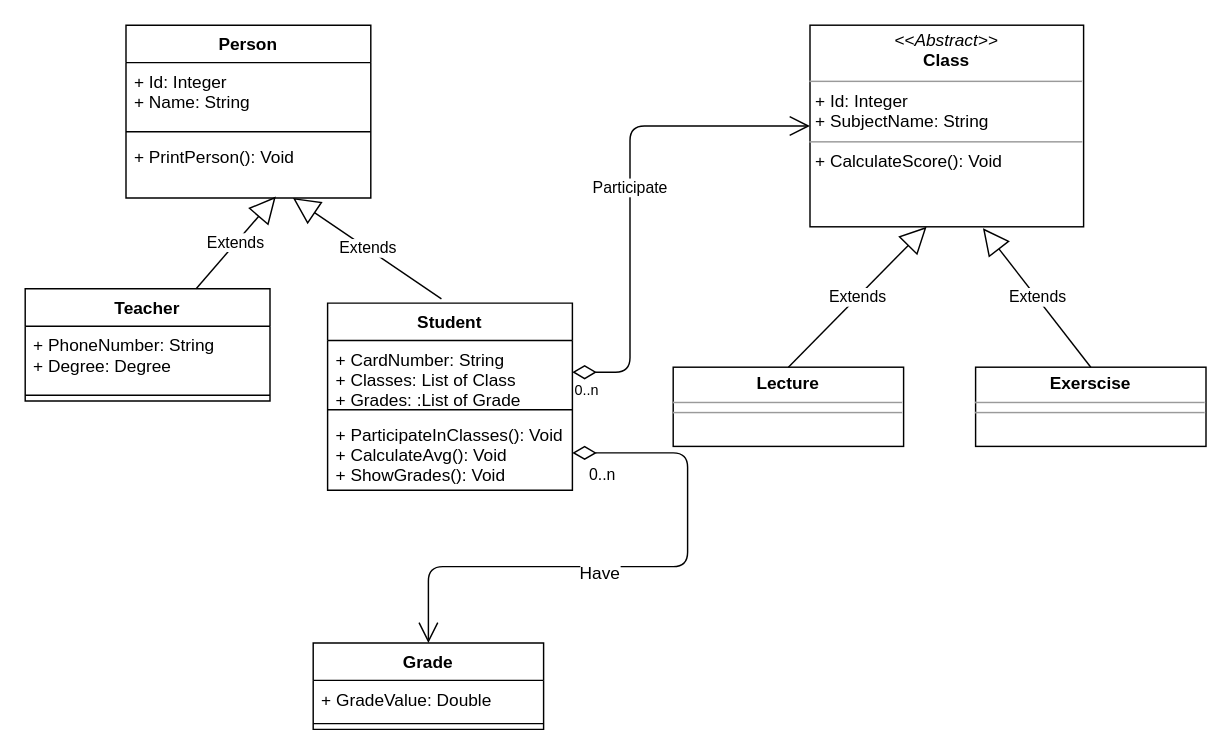
Above: school_model.drawio in divident/school-object-db (draw.io), before the change. Source tidied: cells renumbered, new cells numbered last; positions are measured from the earlier drawing's top-left corner, leaving out a move shared by most shapes. Both pictures are drawn from the tidied source at 144%, with x=0, y=0 at pixel (24, 24).
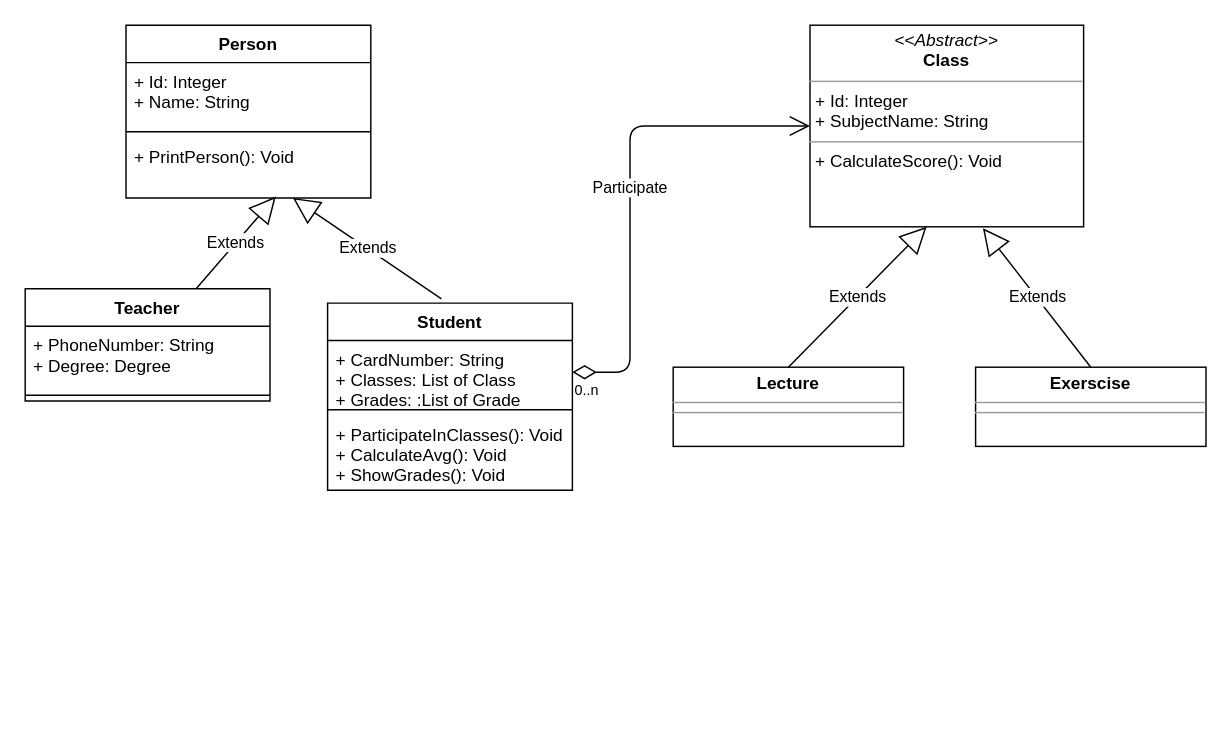
The same page after the edit.

The change refers to these unchanged cells:
```xml
<mxCell id="9" value="+ ParticipateInClasses(): Void&#10;+ CalculateAvg(): Void&#10;+ ShowGrades(): Void&#10;" style="text;strokeColor=none;fillColor=none;align=left;verticalAlign=top;spacingLeft=4;spacingRight=4;overflow=hidden;points=[[0,0.5],[1,0.5]];portConstraint=eastwest;" parent="6" vertex="1">
  <mxGeometry y="78" width="170" height="52" as="geometry" />
</mxCell>
```

Diff of the diagram source:
```diff
@@
-    <mxCell id="23" value="Grade" style="swimlane;fontStyle=1;align=center;verticalAlign=top;horizontal=1;startSize=26;" parent="1" vertex="1">
-      <mxGeometry x="200" y="429" width="160" height="60" as="geometry" />
-    </mxCell>
-    <mxCell id="24" value="+ GradeValue: Double" style="text;strokeColor=none;fillColor=none;align=left;verticalAlign=top;spacingLeft=4;spacingRight=4;overflow=hidden;" parent="23" vertex="1">
-      <mxGeometry y="26" width="160" height="26" as="geometry" />
-    </mxCell>
-    <mxCell id="25" style="line;strokeWidth=1;fillColor=none;align=left;verticalAlign=middle;spacingTop=-1;spacingLeft=3;spacingRight=3;labelPosition=right;" parent="23" vertex="1">
-      <mxGeometry y="52" width="160" height="8" as="geometry" />
-    </mxCell>
-    <mxCell id="26" value="0..n" style="endArrow=open;html=1;endSize=12;startArrow=diamondThin;startSize=14;startFill=0;edgeStyle=orthogonalEdgeStyle;align=left;verticalAlign=bottom;entryX=0.5;entryY=0;entryDx=0;entryDy=0;exitX=1;exitY=0.5;exitDx=0;exitDy=0;" parent="1" edge="1" source="9" target="23">
-      <mxGeometry x="-0.47" y="-70" relative="1" as="geometry">
-        <Array as="points">
-          <mxPoint x="460" y="297" />
-          <mxPoint x="460" y="376" />
-          <mxPoint x="280" y="376" />
-        </Array>
-      </mxGeometry>
-    </mxCell>
-    <mxCell id="27" value="Have&lt;br&gt;" style="text;html=1;align=center;verticalAlign=middle;labelBackgroundColor=#ffffff;" parent="26" vertex="1">
-      <mxGeometry x="0.13" y="4" relative="1" as="geometry" />
-    </mxCell>
```
